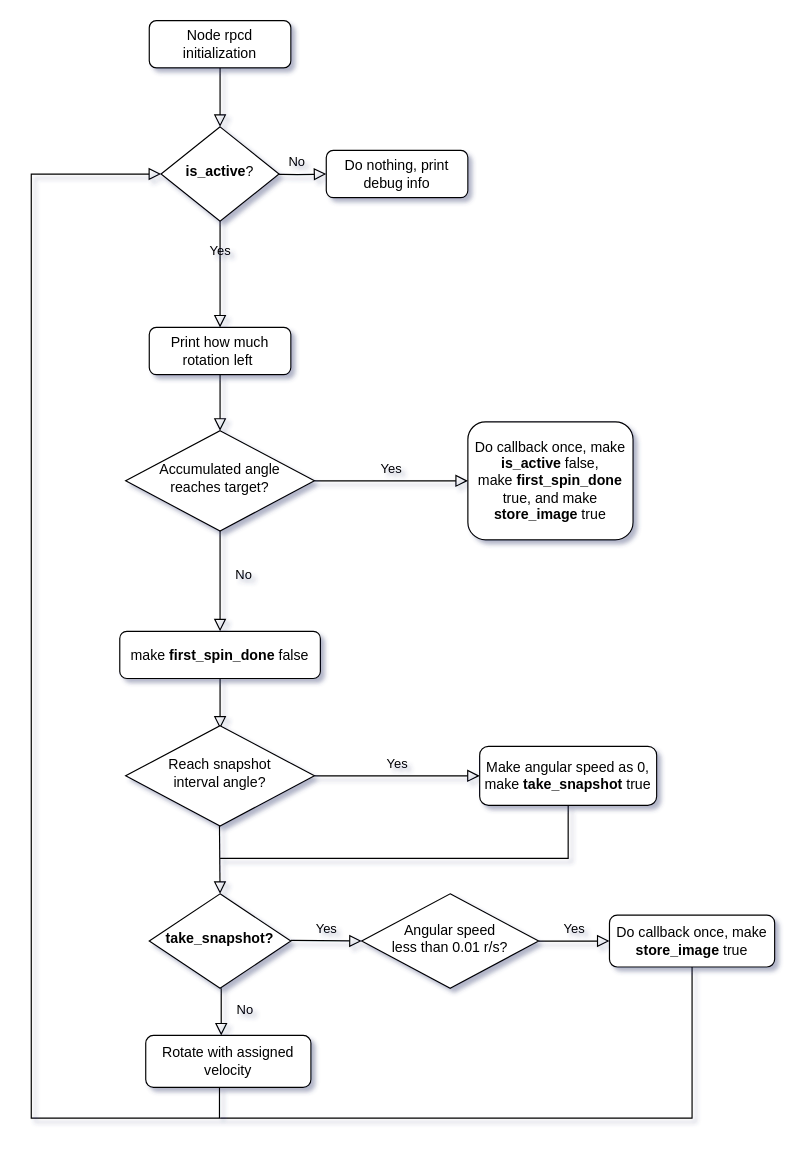
Earlier version of the draw.io diagram ros_rscd_node.drawio (HaFred/ROS-DiLearnNavi). Source tidied: cells renumbered, new cells numbered last; positions are measured from the earlier drawing's top-left corner, leaving out a move shared by most shapes. Both pictures are drawn from the tidied source at 118%, with x=0, y=0 at pixel (31, 20).
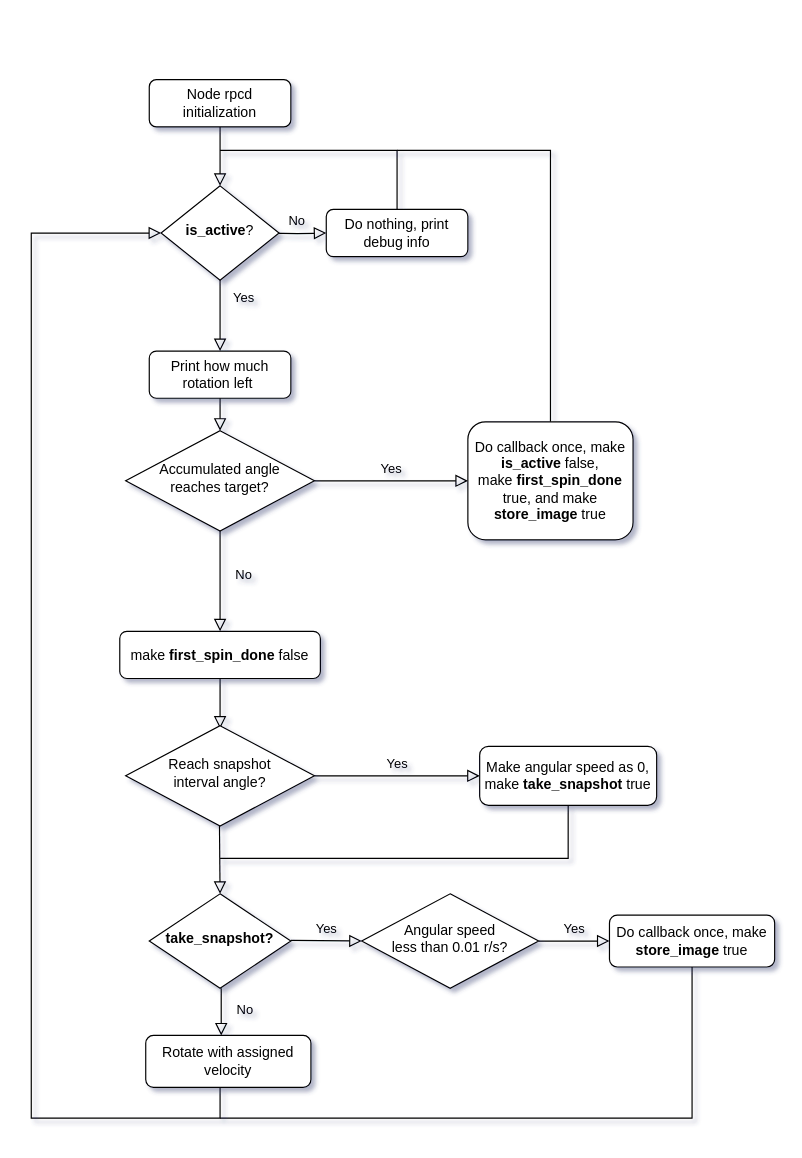
Above is the later version.

The change refers to these unchanged cells:
```xml
<mxCell id="10" value="Accumulated angle &lt;br&gt;reaches target?" style="rhombus;whiteSpace=wrap;html=1;shadow=0;fontFamily=Helvetica;fontSize=12;align=center;strokeWidth=1;spacing=6;spacingTop=-4;" parent="1" vertex="1">
  <mxGeometry x="80" y="347.5" width="160" height="85" as="geometry" />
</mxCell>
<mxCell id="13" value="Do callback once, make &lt;b&gt;is_active&lt;/b&gt; false,&lt;br&gt;make &lt;b&gt;first_spin_done &lt;/b&gt;true,&amp;nbsp;and make &lt;b&gt;store_image&lt;/b&gt; true" style="rounded=1;whiteSpace=wrap;html=1;fontSize=12;glass=0;strokeWidth=1;shadow=0;" parent="1" vertex="1">
  <mxGeometry x="370" y="340" width="140" height="100" as="geometry" />
</mxCell>
<mxCell id="31" value="Rotate with assigned velocity" style="rounded=1;whiteSpace=wrap;html=1;fontSize=12;glass=0;strokeWidth=1;shadow=0;" parent="1" vertex="1">
  <mxGeometry x="97" y="860" width="140" height="44" as="geometry" />
</mxCell>
```

The edit, as a diff of the source:
```diff
@@
     <mxCell id="3" value="Node rpcd initialization" style="rounded=1;whiteSpace=wrap;html=1;fontSize=12;glass=0;strokeWidth=1;shadow=0;" parent="1" vertex="1">
-      <mxGeometry x="100" width="120" height="40" as="geometry" />
+      <mxGeometry x="100" y="50" width="120" height="40" as="geometry" />
     </mxCell>
-    <mxCell id="4" value="Yes" style="rounded=0;html=1;jettySize=auto;fontSize=11;endArrow=block;endFill=0;endSize=8;strokeWidth=1;shadow=0;labelBackgroundColor=none;edgeStyle=orthogonalEdgeStyle;exitX=0.5;exitY=1;exitDx=0;exitDy=0;" parent="1" edge="1" source="6">
+    <mxCell id="4" value="Yes" style="rounded=0;html=1;jettySize=auto;orthogonalLoop=1;fontSize=11;endArrow=block;endFill=0;endSize=8;strokeWidth=1;shadow=0;labelBackgroundColor=none;edgeStyle=orthogonalEdgeStyle;exitX=0.5;exitY=1;exitDx=0;exitDy=0;" parent="1" edge="1">
       <mxGeometry y="20" relative="1" as="geometry">
-        <mxPoint x="160" y="260" as="targetPoint" />
+        <mxPoint x="160" y="190" as="sourcePoint" />
+        <mxPoint x="160" y="280" as="targetPoint" />
       </mxGeometry>
     </mxCell>
     <mxCell id="5" value="No" style="edgeStyle=orthogonalEdgeStyle;rounded=0;html=1;jettySize=auto;fontSize=11;endArrow=block;endFill=0;endSize=8;strokeWidth=1;shadow=0;labelBackgroundColor=none;" parent="1" edge="1" target="7">
       <mxGeometry y="10" relative="1" as="geometry">
-        <mxPoint x="200" y="130" as="sourcePoint" />
+        <mxPoint x="200" y="180" as="sourcePoint" />
       </mxGeometry>
     </mxCell>
     <mxCell id="6" value="&lt;b&gt;is_active&lt;/b&gt;?" style="rhombus;whiteSpace=wrap;html=1;shadow=0;fontFamily=Helvetica;fontSize=12;align=center;strokeWidth=1;spacing=6;spacingTop=-4;" parent="1" vertex="1">
-      <mxGeometry x="110" y="90" width="100" height="80" as="geometry" />
+      <mxGeometry x="110" y="140" width="100" height="80" as="geometry" />
     </mxCell>
+    <mxCell id="33" style="edgeStyle=orthogonalEdgeStyle;rounded=0;jettySize=auto;html=1;exitX=0.5;exitY=0;exitDx=0;exitDy=0;endArrow=none;endFill=0;" parent="1" edge="1" source="7">
+      <mxGeometry relative="1" as="geometry">
+        <mxPoint x="160" y="110" as="targetPoint" />
+        <Array as="points">
+          <mxPoint x="310" y="110" />
+        </Array>
+      </mxGeometry>
+    </mxCell>
     <mxCell id="7" value="Do nothing, print debug info" style="rounded=1;whiteSpace=wrap;html=1;fontSize=12;glass=0;strokeWidth=1;shadow=0;" parent="1" vertex="1">
-      <mxGeometry x="250" y="110" width="120" height="40" as="geometry" />
+      <mxGeometry x="250" y="160" width="120" height="40" as="geometry" />
     </mxCell>
@@
+    <mxCell id="34" style="edgeStyle=orthogonalEdgeStyle;rounded=0;jettySize=auto;html=1;exitX=0.5;exitY=0;exitDx=0;exitDy=0;endArrow=none;endFill=0;" parent="1" edge="1" source="13">
+      <mxGeometry relative="1" as="geometry">
+        <mxPoint x="310" y="110" as="targetPoint" />
+        <Array as="points">
+          <mxPoint x="440" y="110" />
+        </Array>
+      </mxGeometry>
+    </mxCell>
@@
-    <mxCell id="14" style="rounded=0;jettySize=auto;html=1;exitX=0.5;exitY=1;exitDx=0;exitDy=0;labelBackgroundColor=none;endArrow=block;endFill=0;endSize=8;strokeWidth=1;shadow=0;entryX=0.5;entryY=0;entryDx=0;entryDy=0;" parent="1" edge="1" source="15" target="10">
-      <mxGeometry relative="1" as="geometry" />
+    <mxCell id="14" style="rounded=0;jettySize=auto;html=1;exitX=0.5;exitY=1;exitDx=0;exitDy=0;labelBackgroundColor=none;endArrow=block;endFill=0;endSize=8;strokeWidth=1;shadow=0;entryX=0.5;entryY=0;entryDx=0;entryDy=0;" parent="1" edge="1" target="10">
+      <mxGeometry relative="1" as="geometry">
+        <mxPoint x="160" y="300" as="sourcePoint" />
+      </mxGeometry>
     </mxCell>
     <mxCell id="15" value="Print how much rotation left&amp;nbsp;" style="rounded=1;whiteSpace=wrap;html=1;fontSize=12;glass=0;strokeWidth=1;shadow=0;" parent="1" vertex="1">
-      <mxGeometry x="100" y="260" width="120" height="40" as="geometry" />
+      <mxGeometry x="100" y="280" width="120" height="40" as="geometry" />
     </mxCell>
@@
-    <mxCell id="26" style="edgeStyle=orthogonalEdgeStyle;rounded=0;jettySize=auto;html=1;exitX=0.5;exitY=1;exitDx=0;exitDy=0;labelBackgroundColor=none;endArrow=block;endFill=0;endSize=8;strokeWidth=1;shadow=0;entryX=0;entryY=0.5;entryDx=0;entryDy=0;" parent="1" edge="1" target="6">
+    <mxCell id="26" style="edgeStyle=orthogonalEdgeStyle;rounded=0;jettySize=auto;html=1;labelBackgroundColor=none;endArrow=block;endFill=0;endSize=8;strokeWidth=1;shadow=0;entryX=0;entryY=0.5;entryDx=0;entryDy=0;" parent="1" edge="1" source="31" target="6">
       <mxGeometry relative="1" as="geometry">
-        <mxPoint x="159.5" y="900" as="sourcePoint" />
         <Array as="points">
           <mxPoint x="160" y="930" />
           <mxPoint y="930" />
-          <mxPoint y="130" />
+          <mxPoint y="180" />
         </Array>
       </mxGeometry>
     </mxCell>
```
